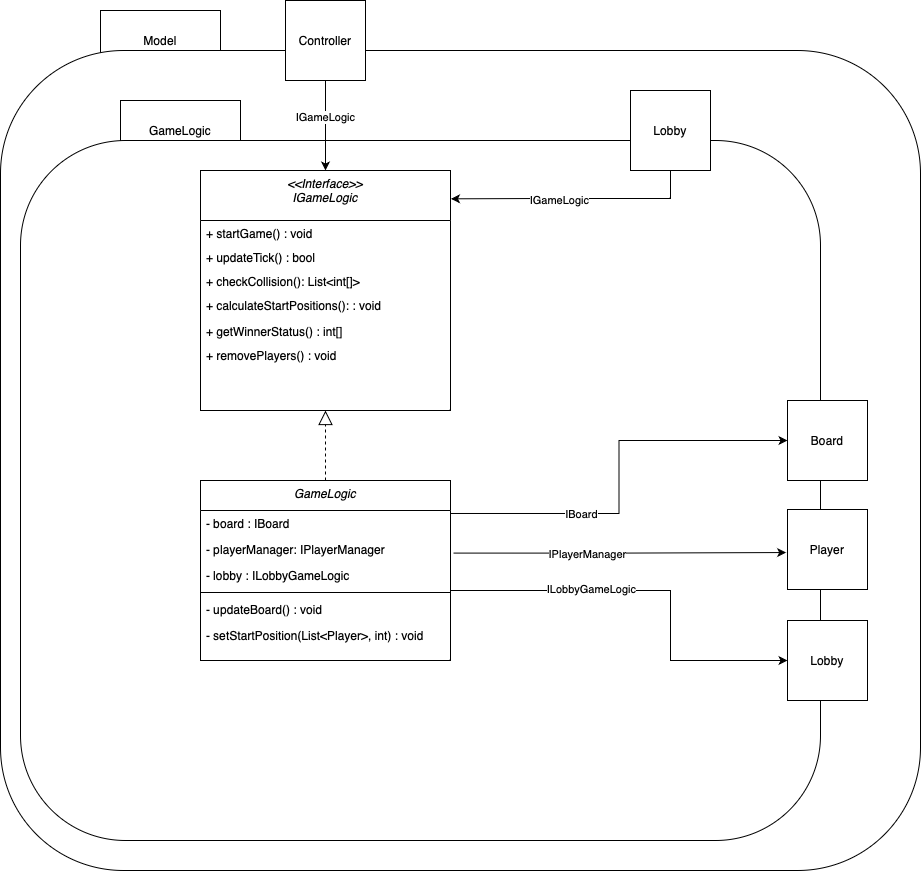
Earlier version of the draw.io export doku-game/GameLogic-ClassDiagramm.drawio.png (PrismFox/tron-game). Source tidied: cells renumbered, new cells last; positions are measured from the earlier drawing's top-left corner, leaving out a move shared by most shapes. Source of this version:
```xml
<mxGraphModel>
  <root>
    <mxCell id="0" />
    <mxCell id="1" parent="0" />
    <mxCell id="2" value="Model" style="rounded=0;whiteSpace=wrap;html=1;" parent="1" vertex="1">
      <mxGeometry x="100" y="10" width="120" height="60" as="geometry" />
    </mxCell>
    <mxCell id="3" style="rounded=1;whiteSpace=wrap;html=1;" parent="1" vertex="1">
      <mxGeometry y="50" width="920" height="820" as="geometry" />
    </mxCell>
    <mxCell id="4" value="GameLogic" style="rounded=0;whiteSpace=wrap;html=1;" parent="1" vertex="1">
      <mxGeometry x="120" y="100" width="120" height="60" as="geometry" />
    </mxCell>
    <mxCell id="5" style="rounded=1;whiteSpace=wrap;html=1;" parent="1" vertex="1">
      <mxGeometry x="20" y="140" width="800" height="700" as="geometry" />
    </mxCell>
    <mxCell id="6" value="&lt;&lt;Interface&gt;&gt;&#10;IGameLogic" style="swimlane;fontStyle=2;align=center;verticalAlign=top;horizontal=1;startSize=50;rounded=0;shadow=0;strokeWidth=1;" parent="1" vertex="1">
      <mxGeometry x="200" y="170" width="250" height="240" as="geometry" />
    </mxCell>
    <mxCell id="7" value="+ startGame() : void" style="text;align=left;verticalAlign=top;spacingLeft=4;spacingRight=4;overflow=hidden;points=[[0,0.5],[1,0.5]];portConstraint=eastwest;" parent="6" vertex="1">
      <mxGeometry y="50" width="250" height="24" as="geometry" />
    </mxCell>
    <mxCell id="8" value="+ updateTick() : bool" style="text;align=left;verticalAlign=top;spacingLeft=4;spacingRight=4;overflow=hidden;" parent="6" vertex="1">
      <mxGeometry y="74" width="250" height="24" as="geometry" />
    </mxCell>
    <mxCell id="9" value="+ checkCollision(): List&lt;int[]&gt;" style="text;align=left;verticalAlign=top;spacingLeft=4;spacingRight=4;overflow=hidden;" parent="6" vertex="1">
      <mxGeometry y="98" width="250" height="24" as="geometry" />
    </mxCell>
    <mxCell id="10" value="+ calculateStartPositions(): : void" style="text;strokeColor=none;fillColor=none;align=left;verticalAlign=top;spacingLeft=4;spacingRight=4;overflow=hidden;points=[[0,0.5],[1,0.5]];portConstraint=eastwest;" parent="6" vertex="1">
      <mxGeometry y="122" width="250" height="26" as="geometry" />
    </mxCell>
    <mxCell id="11" value="+ getWinnerStatus() : int[]" style="text;align=left;verticalAlign=top;spacingLeft=4;spacingRight=4;overflow=hidden;" parent="6" vertex="1">
      <mxGeometry y="148" width="250" height="24" as="geometry" />
    </mxCell>
    <mxCell id="12" value="+ removePlayers() : void" style="text;align=left;verticalAlign=top;spacingLeft=4;spacingRight=4;overflow=hidden;" parent="6" vertex="1">
      <mxGeometry y="172" width="250" height="24" as="geometry" />
    </mxCell>
    <mxCell id="13" value="GameLogic&#10;" style="swimlane;fontStyle=2;align=center;verticalAlign=top;horizontal=1;startSize=30;rounded=0;shadow=0;strokeWidth=1;" parent="1" vertex="1">
      <mxGeometry x="200" y="480" width="250" height="180" as="geometry" />
    </mxCell>
    <mxCell id="14" value="- board : IBoard" style="text;align=left;verticalAlign=top;spacingLeft=4;spacingRight=4;overflow=hidden;points=[[0,0.5],[1,0.5]];portConstraint=eastwest;rounded=0;shadow=0;html=0;" parent="13" vertex="1">
      <mxGeometry y="30" width="250" height="26" as="geometry" />
    </mxCell>
    <mxCell id="15" value="- playerManager: IPlayerManager" style="text;align=left;verticalAlign=top;spacingLeft=4;spacingRight=4;overflow=hidden;points=[[0,0.5],[1,0.5]];portConstraint=eastwest;rounded=0;shadow=0;html=0;" parent="13" vertex="1">
      <mxGeometry y="56" width="250" height="26" as="geometry" />
    </mxCell>
    <mxCell id="16" value="- lobby : ILobbyGameLogic" style="text;align=left;verticalAlign=top;spacingLeft=4;spacingRight=4;overflow=hidden;points=[[0,0.5],[1,0.5]];portConstraint=eastwest;rounded=0;shadow=0;html=0;" parent="13" vertex="1">
      <mxGeometry y="82" width="250" height="26" as="geometry" />
    </mxCell>
    <mxCell id="17" style="line;html=1;strokeWidth=1;align=left;verticalAlign=middle;spacingTop=-1;spacingLeft=3;spacingRight=3;labelPosition=right;" parent="13" vertex="1">
      <mxGeometry y="108" width="250" height="8" as="geometry" />
    </mxCell>
    <mxCell id="18" value="- updateBoard() : void" style="text;align=left;verticalAlign=top;spacingLeft=4;spacingRight=4;overflow=hidden;rounded=0;shadow=0;html=0;" parent="13" vertex="1">
      <mxGeometry y="116" width="250" height="26" as="geometry" />
    </mxCell>
    <mxCell id="19" value="- setStartPosition(List&lt;Player&gt;, int) : void " style="text;align=left;verticalAlign=top;spacingLeft=4;spacingRight=4;overflow=hidden;rounded=0;shadow=0;html=0;" parent="13" vertex="1">
      <mxGeometry y="142" width="250" height="26" as="geometry" />
    </mxCell>
    <mxCell id="20" style="endArrow=block;dashed=1;endFill=0;endSize=12;html=1;rounded=0;exitX=0.5;exitY=0;exitDx=0;exitDy=0;entryX=0.5;entryY=1;entryDx=0;entryDy=0;" parent="1" edge="1" source="13" target="6">
      <mxGeometry relative="1" as="geometry" />
    </mxCell>
    <mxCell id="21" style="edgeStyle=orthogonalEdgeStyle;rounded=0;jettySize=auto;html=1;" parent="1" edge="1" source="23" target="6">
      <mxGeometry relative="1" as="geometry" />
    </mxCell>
    <mxCell id="22" value="IGameLogic" style="edgeLabel;html=1;align=center;verticalAlign=middle;" parent="21" vertex="1">
      <mxGeometry x="-0.19" y="-1" relative="1" as="geometry" />
    </mxCell>
    <mxCell id="23" value="Controller" style="whiteSpace=wrap;html=1;" parent="1" vertex="1">
      <mxGeometry x="285" width="80" height="80" as="geometry" />
    </mxCell>
    <mxCell id="24" style="edgeStyle=orthogonalEdgeStyle;rounded=0;jettySize=auto;html=1;entryX=1.002;entryY=0.118;entryDx=0;entryDy=0;entryPerimeter=0;" parent="1" edge="1" source="26" target="6">
      <mxGeometry relative="1" as="geometry">
        <Array as="points">
          <mxPoint x="670" y="198" />
          <mxPoint x="540" y="198" />
        </Array>
      </mxGeometry>
    </mxCell>
    <mxCell id="25" value="IGameLogic" style="edgeLabel;html=1;align=center;verticalAlign=middle;" parent="24" vertex="1">
      <mxGeometry x="0.14" y="1" relative="1" as="geometry" />
    </mxCell>
    <mxCell id="26" value="Lobby" style="whiteSpace=wrap;html=1;" parent="1" vertex="1">
      <mxGeometry x="630" y="90" width="80" height="80" as="geometry" />
    </mxCell>
    <mxCell id="27" value="Player" style="whiteSpace=wrap;html=1;" parent="1" vertex="1">
      <mxGeometry x="787" y="509" width="80" height="80" as="geometry" />
    </mxCell>
    <mxCell id="28" style="edgeStyle=orthogonalEdgeStyle;rounded=0;jettySize=auto;html=1;entryX=-0.017;entryY=0.538;entryDx=0;entryDy=0;entryPerimeter=0;exitX=1.012;exitY=0.638;exitDx=0;exitDy=0;exitPerimeter=0;" parent="1" edge="1" source="15" target="27">
      <mxGeometry relative="1" as="geometry" />
    </mxCell>
    <mxCell id="29" value="IPlayerManager" style="edgeLabel;html=1;align=center;verticalAlign=middle;" parent="28" vertex="1">
      <mxGeometry x="-0.19" y="-1" relative="1" as="geometry" />
    </mxCell>
    <mxCell id="30" value="Board" style="whiteSpace=wrap;html=1;" parent="1" vertex="1">
      <mxGeometry x="787" y="400" width="80" height="80" as="geometry" />
    </mxCell>
    <mxCell id="31" value="Lobby" style="whiteSpace=wrap;html=1;" parent="1" vertex="1">
      <mxGeometry x="787" y="620" width="80" height="80" as="geometry" />
    </mxCell>
    <mxCell id="32" style="edgeStyle=orthogonalEdgeStyle;rounded=0;jettySize=auto;html=1;entryX=0;entryY=0.5;entryDx=0;entryDy=0;" parent="1" edge="1" target="31">
      <mxGeometry relative="1" as="geometry">
        <mxPoint x="450" y="590" as="sourcePoint" />
        <Array as="points">
          <mxPoint x="670" y="590" />
          <mxPoint x="670" y="660" />
        </Array>
      </mxGeometry>
    </mxCell>
    <mxCell id="33" value="ILobbyGameLogic" style="edgeLabel;html=1;align=center;verticalAlign=middle;points=[];" parent="32" vertex="1">
      <mxGeometry x="-0.19" y="-1" relative="1" as="geometry">
        <mxPoint x="-24" y="-3" as="offset" />
      </mxGeometry>
    </mxCell>
    <mxCell id="34" style="edgeStyle=orthogonalEdgeStyle;rounded=0;jettySize=auto;html=1;entryX=0;entryY=0.5;entryDx=0;entryDy=0;exitX=1.001;exitY=0.115;exitDx=0;exitDy=0;exitPerimeter=0;" parent="1" edge="1" source="14" target="30">
      <mxGeometry relative="1" as="geometry" />
    </mxCell>
    <mxCell id="35" value="IBoard" style="edgeLabel;html=1;align=center;verticalAlign=middle;points=[];" parent="34" vertex="1">
      <mxGeometry x="-0.19" y="-1" relative="1" as="geometry">
        <mxPoint x="-35" as="offset" />
      </mxGeometry>
    </mxCell>
  </root>
</mxGraphModel>
```
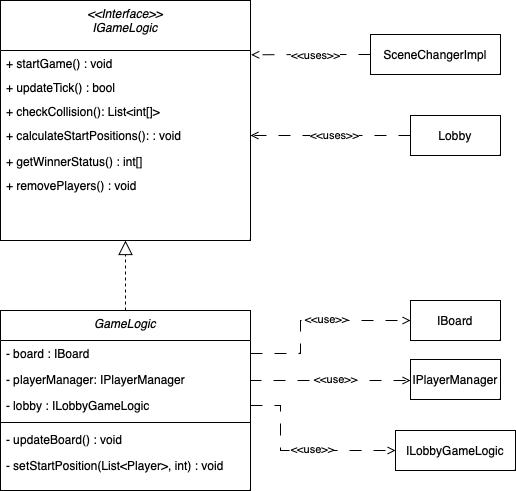
After the commit.

What changed in the source:
```diff
@@ -2,18 +2,6 @@
   <root>
     <mxCell id="0" />
     <mxCell id="1" parent="0" />
-    <mxCell id="2" value="Model" style="rounded=0;whiteSpace=wrap;html=1;" parent="1" vertex="1">
-      <mxGeometry x="100" y="10" width="120" height="60" as="geometry" />
-    </mxCell>
-    <mxCell id="3" style="rounded=1;whiteSpace=wrap;html=1;" parent="1" vertex="1">
-      <mxGeometry y="50" width="920" height="820" as="geometry" />
-    </mxCell>
-    <mxCell id="4" value="GameLogic" style="rounded=0;whiteSpace=wrap;html=1;" parent="1" vertex="1">
-      <mxGeometry x="120" y="100" width="120" height="60" as="geometry" />
-    </mxCell>
-    <mxCell id="5" style="rounded=1;whiteSpace=wrap;html=1;" parent="1" vertex="1">
-      <mxGeometry x="20" y="140" width="800" height="700" as="geometry" />
-    </mxCell>
     <mxCell id="6" value="&lt;&lt;Interface&gt;&gt;&#10;IGameLogic" style="swimlane;fontStyle=2;align=center;verticalAlign=top;horizontal=1;startSize=50;rounded=0;shadow=0;strokeWidth=1;" parent="1" vertex="1">
       <mxGeometry x="200" y="170" width="250" height="240" as="geometry" />
     </mxCell>
@@ -59,65 +47,72 @@
     <mxCell id="20" style="endArrow=block;dashed=1;endFill=0;endSize=12;html=1;rounded=0;exitX=0.5;exitY=0;exitDx=0;exitDy=0;entryX=0.5;entryY=1;entryDx=0;entryDy=0;" parent="1" edge="1" source="13" target="6">
       <mxGeometry relative="1" as="geometry" />
     </mxCell>
-    <mxCell id="21" style="edgeStyle=orthogonalEdgeStyle;rounded=0;jettySize=auto;html=1;" parent="1" edge="1" source="23" target="6">
-      <mxGeometry relative="1" as="geometry" />
-    </mxCell>
-    <mxCell id="22" value="IGameLogic" style="edgeLabel;html=1;align=center;verticalAlign=middle;" parent="21" vertex="1">
-      <mxGeometry x="-0.19" y="-1" relative="1" as="geometry" />
-    </mxCell>
-    <mxCell id="23" value="Controller" style="whiteSpace=wrap;html=1;" parent="1" vertex="1">
-      <mxGeometry x="285" width="80" height="80" as="geometry" />
-    </mxCell>
-    <mxCell id="24" style="edgeStyle=orthogonalEdgeStyle;rounded=0;jettySize=auto;html=1;entryX=1.002;entryY=0.118;entryDx=0;entryDy=0;entryPerimeter=0;" parent="1" edge="1" source="26" target="6">
-      <mxGeometry relative="1" as="geometry">
-        <Array as="points">
-          <mxPoint x="670" y="198" />
-          <mxPoint x="540" y="198" />
-        </Array>
-      </mxGeometry>
-    </mxCell>
-    <mxCell id="25" value="IGameLogic" style="edgeLabel;html=1;align=center;verticalAlign=middle;" parent="24" vertex="1">
-      <mxGeometry x="0.14" y="1" relative="1" as="geometry" />
-    </mxCell>
-    <mxCell id="26" value="Lobby" style="whiteSpace=wrap;html=1;" parent="1" vertex="1">
-      <mxGeometry x="630" y="90" width="80" height="80" as="geometry" />
-    </mxCell>
-    <mxCell id="27" value="Player" style="whiteSpace=wrap;html=1;" parent="1" vertex="1">
-      <mxGeometry x="787" y="509" width="80" height="80" as="geometry" />
-    </mxCell>
-    <mxCell id="28" style="edgeStyle=orthogonalEdgeStyle;rounded=0;jettySize=auto;html=1;entryX=-0.017;entryY=0.538;entryDx=0;entryDy=0;entryPerimeter=0;exitX=1.012;exitY=0.638;exitDx=0;exitDy=0;exitPerimeter=0;" parent="1" edge="1" source="15" target="27">
-      <mxGeometry relative="1" as="geometry" />
-    </mxCell>
+    <mxCell id="35" value="IBoard" style="rounded=0;whiteSpace=wrap;html=1;" parent="1" vertex="1">
+      <mxGeometry x="610" y="470" width="90" height="40" as="geometry" />
+    </mxCell>
-    <mxCell id="29" value="IPlayerManager" style="edgeLabel;html=1;align=center;verticalAlign=middle;" parent="28" vertex="1">
-      <mxGeometry x="-0.19" y="-1" relative="1" as="geometry" />
+    <mxCell id="29" value="IPlayerManager" style="rounded=0;whiteSpace=wrap;html=1;" parent="1" vertex="1">
+      <mxGeometry x="610" y="529" width="90" height="40" as="geometry" />
     </mxCell>
-    <mxCell id="30" value="Board" style="whiteSpace=wrap;html=1;" parent="1" vertex="1">
-      <mxGeometry x="787" y="400" width="80" height="80" as="geometry" />
-    </mxCell>
-    <mxCell id="31" value="Lobby" style="whiteSpace=wrap;html=1;" parent="1" vertex="1">
-      <mxGeometry x="787" y="620" width="80" height="80" as="geometry" />
-    </mxCell>
-    <mxCell id="32" style="edgeStyle=orthogonalEdgeStyle;rounded=0;jettySize=auto;html=1;entryX=0;entryY=0.5;entryDx=0;entryDy=0;" parent="1" edge="1" target="31">
-      <mxGeometry relative="1" as="geometry">
-        <mxPoint x="450" y="590" as="sourcePoint" />
-        <Array as="points">
-          <mxPoint x="670" y="590" />
-          <mxPoint x="670" y="660" />
-        </Array>
-      </mxGeometry>
-    </mxCell>
-    <mxCell id="33" value="ILobbyGameLogic" style="edgeLabel;html=1;align=center;verticalAlign=middle;points=[];" parent="32" vertex="1">
-      <mxGeometry x="-0.19" y="-1" relative="1" as="geometry">
-        <mxPoint x="-24" y="-3" as="offset" />
-      </mxGeometry>
+    <mxCell id="33" value="ILobbyGameLogic" style="rounded=0;whiteSpace=wrap;html=1;" parent="1" vertex="1">
+      <mxGeometry x="595" y="600" width="120" height="40" as="geometry" />
     </mxCell>
-    <mxCell id="34" style="edgeStyle=orthogonalEdgeStyle;rounded=0;jettySize=auto;html=1;entryX=0;entryY=0.5;entryDx=0;entryDy=0;exitX=1.001;exitY=0.115;exitDx=0;exitDy=0;exitPerimeter=0;" parent="1" edge="1" source="14" target="30">
-      <mxGeometry relative="1" as="geometry" />
-    </mxCell>
-    <mxCell id="35" value="IBoard" style="edgeLabel;html=1;align=center;verticalAlign=middle;points=[];" parent="34" vertex="1">
-      <mxGeometry x="-0.19" y="-1" relative="1" as="geometry">
-        <mxPoint x="-35" as="offset" />
-      </mxGeometry>
-    </mxCell>
+    <mxCell id="36" style="edgeStyle=orthogonalEdgeStyle;rounded=0;jettySize=auto;html=1;dashed=1;dashPattern=12 12;endArrow=open;endFill=0;exitX=1;exitY=0.5;exitDx=0;exitDy=0;entryX=0;entryY=0.5;entryDx=0;entryDy=0;" parent="1" edge="1" source="14" target="35">
+      <mxGeometry relative="1" as="geometry">
+        <Array as="points">
+          <mxPoint x="500" y="523" />
+          <mxPoint x="500" y="490" />
+        </Array>
+      </mxGeometry>
+    </mxCell>
+    <mxCell id="37" value="&amp;lt;&amp;lt;use&amp;gt;&amp;gt;" style="edgeLabel;html=1;align=center;verticalAlign=middle;" parent="36" vertex="1">
+      <mxGeometry x="0.43" y="-1" relative="1" as="geometry">
+        <mxPoint x="-30" y="-3" as="offset" />
+      </mxGeometry>
+    </mxCell>
+    <mxCell id="38" style="edgeStyle=orthogonalEdgeStyle;rounded=0;jettySize=auto;html=1;dashed=1;dashPattern=12 12;endArrow=open;endFill=0;exitX=1;exitY=0.5;exitDx=0;exitDy=0;" parent="1" edge="1" source="15">
+      <mxGeometry relative="1" as="geometry">
+        <mxPoint x="610" y="550" as="targetPoint" />
+        <Array as="points">
+          <mxPoint x="450" y="550" />
+          <mxPoint x="610" y="550" />
+        </Array>
+      </mxGeometry>
+    </mxCell>
+    <mxCell id="39" value="&amp;lt;&amp;lt;use&amp;gt;&amp;gt;" style="edgeLabel;html=1;align=center;verticalAlign=middle;" parent="38" vertex="1">
+      <mxGeometry x="0.43" y="-1" relative="1" as="geometry">
+        <mxPoint x="-30" y="-3" as="offset" />
+      </mxGeometry>
+    </mxCell>
+    <mxCell id="40" style="edgeStyle=orthogonalEdgeStyle;rounded=0;jettySize=auto;html=1;dashed=1;dashPattern=12 12;endArrow=open;endFill=0;exitX=1;exitY=0.5;exitDx=0;exitDy=0;entryX=0;entryY=0.5;entryDx=0;entryDy=0;" parent="1" edge="1" source="16" target="33">
+      <mxGeometry relative="1" as="geometry">
+        <Array as="points">
+          <mxPoint x="480" y="575" />
+          <mxPoint x="480" y="620" />
+        </Array>
+      </mxGeometry>
+    </mxCell>
+    <mxCell id="41" value="&amp;lt;&amp;lt;use&amp;gt;&amp;gt;" style="edgeLabel;html=1;align=center;verticalAlign=middle;" parent="40" vertex="1">
+      <mxGeometry x="0.43" y="-1" relative="1" as="geometry">
+        <mxPoint x="-30" y="-3" as="offset" />
+      </mxGeometry>
+    </mxCell>
+    <mxCell id="42" style="edgeStyle=orthogonalEdgeStyle;rounded=0;jettySize=auto;html=1;entryX=1;entryY=0.5;entryDx=0;entryDy=0;dashed=1;dashPattern=12 12;endArrow=open;endFill=0;" parent="1" edge="1" source="44" target="10">
+      <mxGeometry relative="1" as="geometry" />
+    </mxCell>
+    <mxCell id="43" value="&amp;lt;&amp;lt;uses&amp;gt;&amp;gt;" style="edgeLabel;html=1;align=center;verticalAlign=middle;" parent="42" vertex="1">
+      <mxGeometry x="-0.03" y="-1" relative="1" as="geometry" />
+    </mxCell>
+    <mxCell id="44" value="Lobby" style="rounded=0;whiteSpace=wrap;html=1;" parent="1" vertex="1">
+      <mxGeometry x="610" y="285" width="90" height="40" as="geometry" />
+    </mxCell>
+    <mxCell id="45" style="edgeStyle=orthogonalEdgeStyle;rounded=0;jettySize=auto;html=1;entryX=1.003;entryY=0.18;entryDx=0;entryDy=0;entryPerimeter=0;dashed=1;dashPattern=12 12;endArrow=open;endFill=0;" parent="1" edge="1" source="47" target="7">
+      <mxGeometry relative="1" as="geometry" />
+    </mxCell>
+    <mxCell id="46" value="&amp;lt;&amp;lt;uses&amp;gt;&amp;gt;" style="edgeLabel;html=1;align=center;verticalAlign=middle;" parent="45" vertex="1">
+      <mxGeometry x="-0.07" relative="1" as="geometry" />
+    </mxCell>
+    <mxCell id="47" value="SceneChangerImpl" style="rounded=0;whiteSpace=wrap;html=1;" parent="1" vertex="1">
+      <mxGeometry x="570" y="204" width="130" height="40" as="geometry" />
+    </mxCell>
   </root>
 </mxGraphModel>
```
